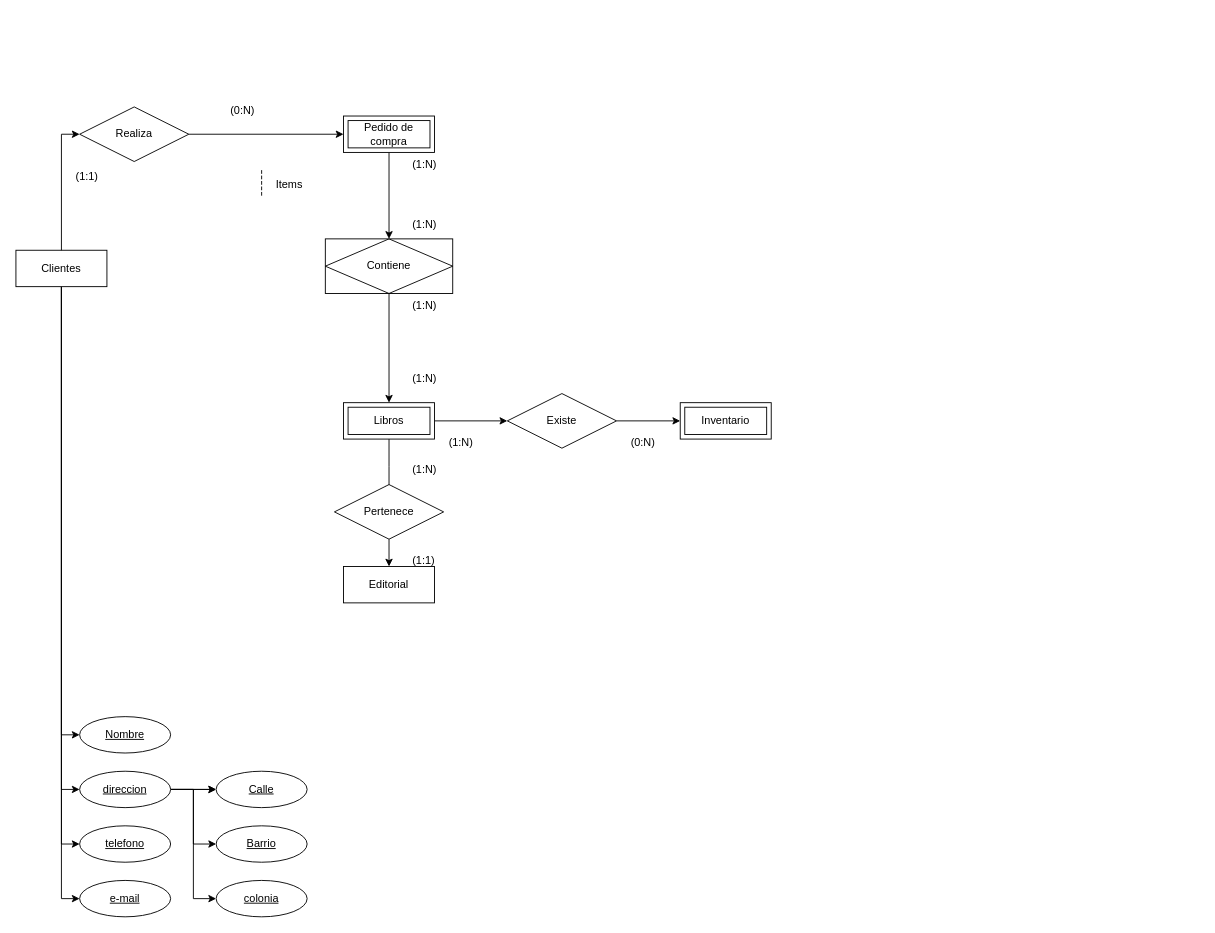
The draw.io diagram modelo.drawio in LuisEnriquePH/Modelado-base-de-datos, before the edit. Source tidied: cells renumbered, new cells numbered last; positions are measured from the earlier drawing's top-left corner, leaving out a move shared by most shapes. Both pictures are drawn from the tidied source at 91%, with x=0, y=0 at pixel (15, 97).
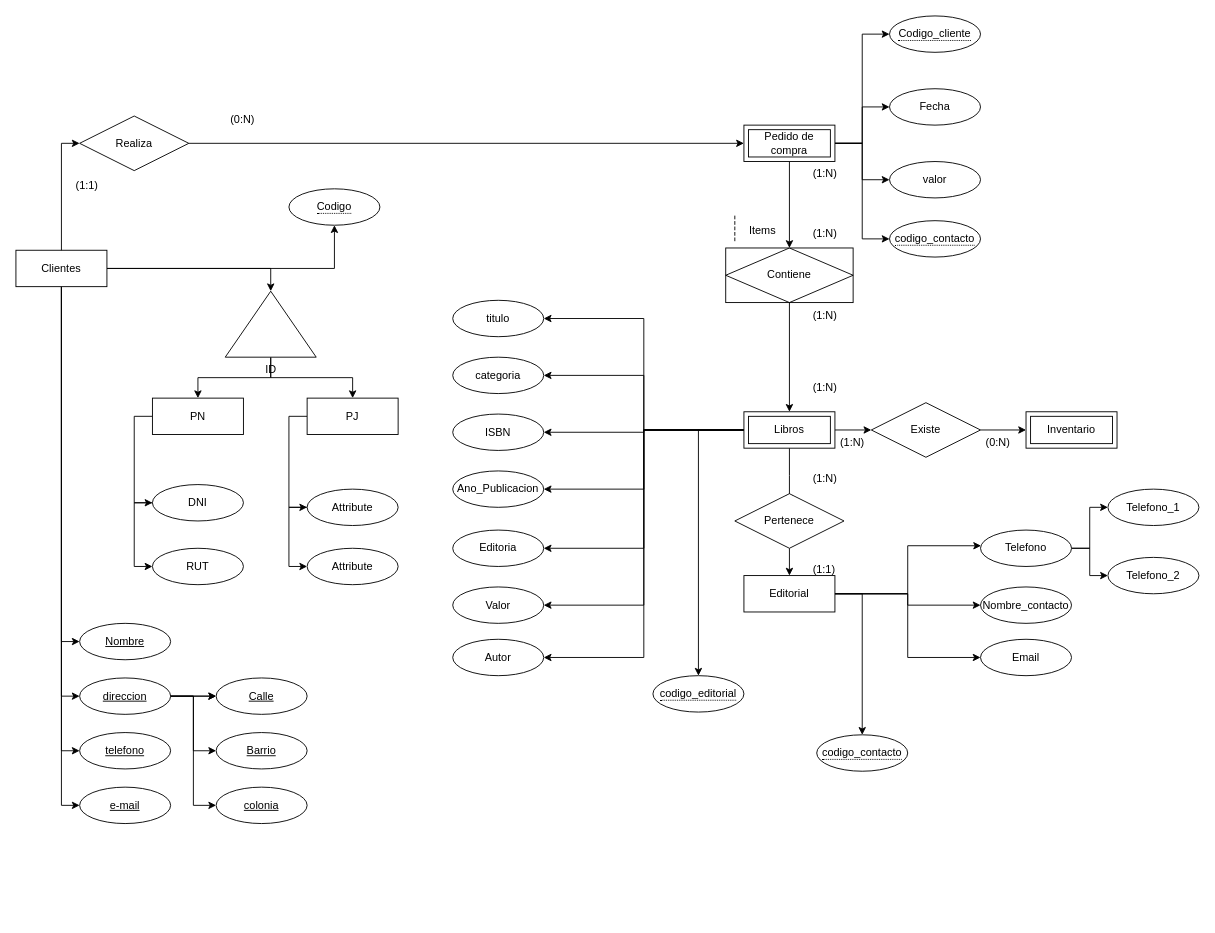
The same page after the edit.

The change refers to these unchanged cells:
```xml
<mxCell id="6" value="Clientes" style="whiteSpace=wrap;html=1;align=center;" parent="1" vertex="1">
  <mxGeometry y="167.5" width="100" height="40" as="geometry" />
</mxCell>
```

What changed in the source:
```diff
@@
+    <mxCell id="46" style="edgeStyle=orthogonalEdgeStyle;rounded=0;jettySize=auto;html=1;entryX=0;entryY=0;entryDx=50;entryDy=0;entryPerimeter=0;exitX=1;exitY=0.5;exitDx=0;exitDy=0;" parent="1" edge="1" source="6" target="65">
+      <mxGeometry relative="1" as="geometry" />
+    </mxCell>
+    <mxCell id="47" style="edgeStyle=orthogonalEdgeStyle;rounded=0;jettySize=auto;html=1;exitX=1;exitY=0.5;exitDx=0;exitDy=0;" parent="1" edge="1" source="6" target="94">
+      <mxGeometry relative="1" as="geometry" />
+    </mxCell>
@@
+    <mxCell id="48" style="edgeStyle=orthogonalEdgeStyle;rounded=0;jettySize=auto;html=1;exitX=1;exitY=0.5;exitDx=0;exitDy=0;entryX=0;entryY=0.5;entryDx=0;entryDy=0;" parent="1" edge="1" source="7" target="88">
+      <mxGeometry relative="1" as="geometry" />
+    </mxCell>
+    <mxCell id="49" style="edgeStyle=orthogonalEdgeStyle;rounded=0;jettySize=auto;html=1;exitX=1;exitY=0.5;exitDx=0;exitDy=0;entryX=0;entryY=0.5;entryDx=0;entryDy=0;" parent="1" edge="1" source="7" target="89">
+      <mxGeometry relative="1" as="geometry" />
+    </mxCell>
+    <mxCell id="50" style="edgeStyle=orthogonalEdgeStyle;rounded=0;jettySize=auto;html=1;exitX=1;exitY=0.5;exitDx=0;exitDy=0;entryX=0.5;entryY=0;entryDx=0;entryDy=0;" parent="1" edge="1" source="7" target="93">
+      <mxGeometry relative="1" as="geometry" />
+    </mxCell>
     <mxCell id="7" value="Editorial" style="whiteSpace=wrap;html=1;align=center;" parent="1" vertex="1">
-      <mxGeometry x="360" y="515" width="100" height="40" as="geometry" />
+      <mxGeometry x="800" y="525" width="100" height="40" as="geometry" />
     </mxCell>
     <mxCell id="8" value="Inventario" style="shape=ext;margin=3;double=1;whiteSpace=wrap;html=1;align=center;" parent="1" vertex="1">
-      <mxGeometry x="730" y="335" width="100" height="40" as="geometry" />
+      <mxGeometry x="1110" y="345" width="100" height="40" as="geometry" />
     </mxCell>
     <mxCell id="9" style="edgeStyle=orthogonalEdgeStyle;rounded=0;jettySize=auto;html=1;exitX=0.5;exitY=1;exitDx=0;exitDy=0;entryX=0.5;entryY=0;entryDx=0;entryDy=0;" parent="1" edge="1" source="11">
       <mxGeometry relative="1" as="geometry">
-        <mxPoint x="410" y="435" as="targetPoint" />
+        <mxPoint x="850" y="445" as="targetPoint" />
       </mxGeometry>
     </mxCell>
@@
+    <mxCell id="51" style="edgeStyle=orthogonalEdgeStyle;rounded=0;jettySize=auto;html=1;exitX=0;exitY=0.5;exitDx=0;exitDy=0;entryX=1;entryY=0.5;entryDx=0;entryDy=0;" parent="1" edge="1" source="11" target="78">
+      <mxGeometry relative="1" as="geometry" />
+    </mxCell>
+    <mxCell id="52" style="edgeStyle=orthogonalEdgeStyle;rounded=0;jettySize=auto;html=1;exitX=0;exitY=0.5;exitDx=0;exitDy=0;entryX=1;entryY=0.5;entryDx=0;entryDy=0;" parent="1" edge="1" source="11" target="79">
+      <mxGeometry relative="1" as="geometry" />
+    </mxCell>
+    <mxCell id="53" style="edgeStyle=orthogonalEdgeStyle;rounded=0;jettySize=auto;html=1;exitX=0;exitY=0.5;exitDx=0;exitDy=0;entryX=1;entryY=0.5;entryDx=0;entryDy=0;" parent="1" edge="1" source="11" target="80">
+      <mxGeometry relative="1" as="geometry" />
+    </mxCell>
+    <mxCell id="54" style="edgeStyle=orthogonalEdgeStyle;rounded=0;jettySize=auto;html=1;exitX=0;exitY=0.5;exitDx=0;exitDy=0;entryX=1;entryY=0.5;entryDx=0;entryDy=0;" parent="1" edge="1" source="11" target="81">
+      <mxGeometry relative="1" as="geometry" />
+    </mxCell>
+    <mxCell id="55" style="edgeStyle=orthogonalEdgeStyle;rounded=0;jettySize=auto;html=1;exitX=0;exitY=0.5;exitDx=0;exitDy=0;entryX=1;entryY=0.5;entryDx=0;entryDy=0;" parent="1" edge="1" source="11" target="82">
+      <mxGeometry relative="1" as="geometry" />
+    </mxCell>
+    <mxCell id="56" style="edgeStyle=orthogonalEdgeStyle;rounded=0;jettySize=auto;html=1;exitX=0;exitY=0.5;exitDx=0;exitDy=0;entryX=1;entryY=0.5;entryDx=0;entryDy=0;" parent="1" edge="1" source="11" target="83">
+      <mxGeometry relative="1" as="geometry" />
+    </mxCell>
+    <mxCell id="57" style="edgeStyle=orthogonalEdgeStyle;rounded=0;jettySize=auto;html=1;exitX=0;exitY=0.5;exitDx=0;exitDy=0;entryX=1;entryY=0.5;entryDx=0;entryDy=0;" parent="1" edge="1" source="11" target="84">
+      <mxGeometry relative="1" as="geometry" />
+    </mxCell>
+    <mxCell id="58" style="edgeStyle=orthogonalEdgeStyle;rounded=0;jettySize=auto;html=1;exitX=0;exitY=0.5;exitDx=0;exitDy=0;entryX=0.5;entryY=0;entryDx=0;entryDy=0;" parent="1" edge="1" source="11" target="96">
+      <mxGeometry relative="1" as="geometry" />
+    </mxCell>
     <mxCell id="11" value="Libros" style="shape=ext;margin=3;double=1;whiteSpace=wrap;html=1;align=center;" parent="1" vertex="1">
-      <mxGeometry x="360" y="335" width="100" height="40" as="geometry" />
+      <mxGeometry x="800" y="345" width="100" height="40" as="geometry" />
     </mxCell>
@@
+    <mxCell id="59" style="edgeStyle=orthogonalEdgeStyle;rounded=0;jettySize=auto;html=1;exitX=1;exitY=0.5;exitDx=0;exitDy=0;" parent="1" edge="1" source="13" target="76">
+      <mxGeometry relative="1" as="geometry" />
+    </mxCell>
+    <mxCell id="60" style="edgeStyle=orthogonalEdgeStyle;rounded=0;jettySize=auto;html=1;exitX=1;exitY=0.5;exitDx=0;exitDy=0;entryX=0;entryY=0.5;entryDx=0;entryDy=0;" parent="1" edge="1" source="13" target="77">
+      <mxGeometry relative="1" as="geometry" />
+    </mxCell>
+    <mxCell id="61" style="edgeStyle=orthogonalEdgeStyle;rounded=0;jettySize=auto;html=1;exitX=1;exitY=0.5;exitDx=0;exitDy=0;entryX=0;entryY=0.5;entryDx=0;entryDy=0;" parent="1" edge="1" source="13" target="95">
+      <mxGeometry relative="1" as="geometry" />
+    </mxCell>
+    <mxCell id="62" style="edgeStyle=orthogonalEdgeStyle;rounded=0;jettySize=auto;html=1;exitX=1;exitY=0.5;exitDx=0;exitDy=0;entryX=0;entryY=0.5;entryDx=0;entryDy=0;" parent="1" edge="1" source="13" target="97">
+      <mxGeometry relative="1" as="geometry" />
+    </mxCell>
     <mxCell id="13" value="Pedido de compra" style="shape=ext;margin=3;double=1;whiteSpace=wrap;html=1;align=center;" parent="1" vertex="1">
-      <mxGeometry x="360" y="20" width="100" height="40" as="geometry" />
+      <mxGeometry x="800" y="30" width="100" height="40" as="geometry" />
     </mxCell>
@@
     <mxCell id="15" value="Realiza" style="shape=rhombus;perimeter=rhombusPerimeter;whiteSpace=wrap;html=1;align=center;" parent="1" vertex="1">
-      <mxGeometry x="70" y="10" width="120" height="60" as="geometry" />
+      <mxGeometry x="70" y="20" width="120" height="60" as="geometry" />
     </mxCell>
@@
     <mxCell id="17" value="(1:1)" style="text;strokeColor=none;fillColor=none;spacingLeft=4;spacingRight=4;overflow=hidden;fontSize=12;whiteSpace=wrap;html=1;" parent="1" vertex="1">
-      <mxGeometry x="60" y="72.5" width="40" height="30" as="geometry" />
+      <mxGeometry x="60" y="82.5" width="40" height="30" as="geometry" />
     </mxCell>
     <mxCell id="18" value="(0:N)" style="text;strokeColor=none;fillColor=none;spacingLeft=4;spacingRight=4;overflow=hidden;fontSize=12;whiteSpace=wrap;html=1;" parent="1" vertex="1">
-      <mxGeometry x="230" width="40" height="30" as="geometry" />
+      <mxGeometry x="230" y="10" width="40" height="30" as="geometry" />
     </mxCell>
@@
     <mxCell id="20" value="(1:N)" style="text;strokeColor=none;fillColor=none;spacingLeft=4;spacingRight=4;overflow=hidden;fontSize=12;whiteSpace=wrap;html=1;" parent="1" vertex="1">
-      <mxGeometry x="430" y="60" width="40" height="30" as="geometry" />
+      <mxGeometry x="870" y="70" width="40" height="30" as="geometry" />
     </mxCell>
     <mxCell id="21" value="(1:N)" style="text;strokeColor=none;fillColor=none;spacingLeft=4;spacingRight=4;overflow=hidden;fontSize=12;whiteSpace=wrap;html=1;" parent="1" vertex="1">
-      <mxGeometry x="430" y="215" width="40" height="30" as="geometry" />
+      <mxGeometry x="870" y="225" width="40" height="30" as="geometry" />
     </mxCell>
@@
     <mxCell id="23" value="Pertenece" style="shape=rhombus;perimeter=rhombusPerimeter;whiteSpace=wrap;html=1;align=center;" parent="1" vertex="1">
-      <mxGeometry x="350" y="425" width="120" height="60" as="geometry" />
+      <mxGeometry x="790" y="435" width="120" height="60" as="geometry" />
     </mxCell>
     <mxCell id="24" value="(1:N)" style="text;strokeColor=none;fillColor=none;spacingLeft=4;spacingRight=4;overflow=hidden;fontSize=12;whiteSpace=wrap;html=1;" parent="1" vertex="1">
-      <mxGeometry x="430" y="395" width="40" height="30" as="geometry" />
+      <mxGeometry x="870" y="405" width="40" height="30" as="geometry" />
     </mxCell>
     <mxCell id="25" value="(1:1)" style="text;strokeColor=none;fillColor=none;spacingLeft=4;spacingRight=4;overflow=hidden;fontSize=12;whiteSpace=wrap;html=1;" parent="1" vertex="1">
-      <mxGeometry x="430" y="495" width="40" height="30" as="geometry" />
+      <mxGeometry x="870" y="505" width="40" height="30" as="geometry" />
     </mxCell>
@@
     <mxCell id="27" value="Existe" style="shape=rhombus;perimeter=rhombusPerimeter;whiteSpace=wrap;html=1;align=center;" parent="1" vertex="1">
-      <mxGeometry x="540" y="325" width="120" height="60" as="geometry" />
+      <mxGeometry x="940" y="335" width="120" height="60" as="geometry" />
     </mxCell>
     <mxCell id="28" value="(1:N)" style="text;strokeColor=none;fillColor=none;spacingLeft=4;spacingRight=4;overflow=hidden;fontSize=12;whiteSpace=wrap;html=1;" parent="1" vertex="1">
-      <mxGeometry x="470" y="365" width="40" height="30" as="geometry" />
+      <mxGeometry x="900" y="365" width="40" height="30" as="geometry" />
     </mxCell>
     <mxCell id="29" value="(0:N)" style="text;strokeColor=none;fillColor=none;spacingLeft=4;spacingRight=4;overflow=hidden;fontSize=12;whiteSpace=wrap;html=1;" parent="1" vertex="1">
-      <mxGeometry x="670" y="365" width="40" height="30" as="geometry" />
+      <mxGeometry x="1060" y="365" width="40" height="30" as="geometry" />
     </mxCell>
     <mxCell id="30" value="Contiene" style="shape=associativeEntity;whiteSpace=wrap;html=1;align=center;" parent="1" vertex="1">
-      <mxGeometry x="340" y="155" width="140" height="60" as="geometry" />
+      <mxGeometry x="780" y="165" width="140" height="60" as="geometry" />
     </mxCell>
     <mxCell id="31" value="Items" style="shape=partialRectangle;fillColor=none;align=left;verticalAlign=middle;strokeColor=none;spacingLeft=34;" parent="1" vertex="1">
-      <mxGeometry x="250" y="80" width="60" height="30" as="geometry" />
+      <mxGeometry x="770" y="130" width="60" height="30" as="geometry" />
     </mxCell>
@@
     <mxCell id="33" value="(1:N)" style="text;strokeColor=none;fillColor=none;spacingLeft=4;spacingRight=4;overflow=hidden;fontSize=12;whiteSpace=wrap;html=1;" parent="1" vertex="1">
-      <mxGeometry x="430" y="125" width="40" height="30" as="geometry" />
+      <mxGeometry x="870" y="135" width="40" height="30" as="geometry" />
     </mxCell>
     <mxCell id="34" value="(1:N)" style="text;strokeColor=none;fillColor=none;spacingLeft=4;spacingRight=4;overflow=hidden;fontSize=12;whiteSpace=wrap;html=1;" parent="1" vertex="1">
-      <mxGeometry x="430" y="295" width="40" height="30" as="geometry" />
+      <mxGeometry x="870" y="305" width="40" height="30" as="geometry" />
     </mxCell>
     <mxCell id="35" value="Nombre" style="ellipse;whiteSpace=wrap;html=1;align=center;fontStyle=4;" parent="1" vertex="1">
-      <mxGeometry x="70" y="680" width="100" height="40" as="geometry" />
+      <mxGeometry x="70" y="577.5" width="100" height="40" as="geometry" />
     </mxCell>
@@
     <mxCell id="40" value="direccion" style="ellipse;whiteSpace=wrap;html=1;align=center;fontStyle=4;" parent="1" vertex="1">
-      <mxGeometry x="70" y="740" width="100" height="40" as="geometry" />
+      <mxGeometry x="70" y="637.5" width="100" height="40" as="geometry" />
     </mxCell>
     <mxCell id="41" value="telefono" style="ellipse;whiteSpace=wrap;html=1;align=center;fontStyle=4;" parent="1" vertex="1">
-      <mxGeometry x="70" y="800" width="100" height="40" as="geometry" />
+      <mxGeometry x="70" y="697.5" width="100" height="40" as="geometry" />
     </mxCell>
     <mxCell id="42" value="e-mail" style="ellipse;whiteSpace=wrap;html=1;align=center;fontStyle=4;" parent="1" vertex="1">
-      <mxGeometry x="70" y="860" width="100" height="40" as="geometry" />
+      <mxGeometry x="70" y="757.5" width="100" height="40" as="geometry" />
     </mxCell>
     <mxCell id="43" value="Calle" style="ellipse;whiteSpace=wrap;html=1;align=center;fontStyle=4;" parent="1" vertex="1">
-      <mxGeometry x="220" y="740" width="100" height="40" as="geometry" />
+      <mxGeometry x="220" y="637.5" width="100" height="40" as="geometry" />
     </mxCell>
     <mxCell id="44" value="Barrio" style="ellipse;whiteSpace=wrap;html=1;align=center;fontStyle=4;" parent="1" vertex="1">
-      <mxGeometry x="220" y="800" width="100" height="40" as="geometry" />
+      <mxGeometry x="220" y="697.5" width="100" height="40" as="geometry" />
     </mxCell>
     <mxCell id="45" value="colonia" style="ellipse;whiteSpace=wrap;html=1;align=center;fontStyle=4;" parent="1" vertex="1">
-      <mxGeometry x="220" y="860" width="100" height="40" as="geometry" />
+      <mxGeometry x="220" y="757.5" width="100" height="40" as="geometry" />
     </mxCell>
+    <mxCell id="63" style="edgeStyle=orthogonalEdgeStyle;rounded=0;jettySize=auto;html=1;entryX=0.5;entryY=0;entryDx=0;entryDy=0;" parent="1" edge="1" source="65" target="69">
+      <mxGeometry relative="1" as="geometry" />
+    </mxCell>
+    <mxCell id="64" style="edgeStyle=orthogonalEdgeStyle;rounded=0;jettySize=auto;html=1;" parent="1" edge="1" source="65" target="67">
+      <mxGeometry relative="1" as="geometry" />
+    </mxCell>
+    <mxCell id="65" value="ID" style="verticalLabelPosition=bottom;verticalAlign=top;html=1;shape=mxgraph.basic.acute_triangle;dx=0.5;" parent="1" vertex="1">
+      <mxGeometry x="230" y="212.5" width="100" height="72.5" as="geometry" />
+    </mxCell>
+    <mxCell id="66" style="edgeStyle=orthogonalEdgeStyle;rounded=0;jettySize=auto;html=1;exitX=0;exitY=0.5;exitDx=0;exitDy=0;entryX=0;entryY=0.5;entryDx=0;entryDy=0;" parent="1" edge="1" source="67" target="71">
+      <mxGeometry relative="1" as="geometry" />
+    </mxCell>
+    <mxCell id="67" value="PN" style="whiteSpace=wrap;html=1;align=center;" parent="1" vertex="1">
+      <mxGeometry x="150" y="330" width="100" height="40" as="geometry" />
+    </mxCell>
+    <mxCell id="68" style="edgeStyle=orthogonalEdgeStyle;rounded=0;jettySize=auto;html=1;exitX=0;exitY=0.5;exitDx=0;exitDy=0;entryX=0;entryY=0.5;entryDx=0;entryDy=0;" parent="1" edge="1" source="69" target="74">
+      <mxGeometry relative="1" as="geometry" />
+    </mxCell>
+    <mxCell id="69" value="PJ" style="whiteSpace=wrap;html=1;align=center;" parent="1" vertex="1">
+      <mxGeometry x="320" y="330" width="100" height="40" as="geometry" />
+    </mxCell>
+    <mxCell id="70" style="edgeStyle=orthogonalEdgeStyle;rounded=0;jettySize=auto;html=1;exitX=0;exitY=0.5;exitDx=0;exitDy=0;entryX=0;entryY=0.5;entryDx=0;entryDy=0;" parent="1" edge="1" source="71" target="72">
+      <mxGeometry relative="1" as="geometry" />
+    </mxCell>
+    <mxCell id="71" value="DNI" style="ellipse;whiteSpace=wrap;html=1;align=center;" parent="1" vertex="1">
+      <mxGeometry x="150" y="425" width="100" height="40" as="geometry" />
+    </mxCell>
+    <mxCell id="72" value="RUT" style="ellipse;whiteSpace=wrap;html=1;align=center;" parent="1" vertex="1">
+      <mxGeometry x="150" y="495" width="100" height="40" as="geometry" />
+    </mxCell>
+    <mxCell id="73" style="edgeStyle=orthogonalEdgeStyle;rounded=0;jettySize=auto;html=1;exitX=0;exitY=0.5;exitDx=0;exitDy=0;entryX=0;entryY=0.5;entryDx=0;entryDy=0;" parent="1" edge="1" source="74" target="75">
+      <mxGeometry relative="1" as="geometry" />
+    </mxCell>
+    <mxCell id="74" value="Attribute" style="ellipse;whiteSpace=wrap;html=1;align=center;" parent="1" vertex="1">
+      <mxGeometry x="320" y="430" width="100" height="40" as="geometry" />
+    </mxCell>
+    <mxCell id="75" value="Attribute" style="ellipse;whiteSpace=wrap;html=1;align=center;" parent="1" vertex="1">
+      <mxGeometry x="320" y="495" width="100" height="40" as="geometry" />
+    </mxCell>
+    <mxCell id="76" value="Fecha" style="ellipse;whiteSpace=wrap;html=1;align=center;" parent="1" vertex="1">
+      <mxGeometry x="960" y="-10" width="100" height="40" as="geometry" />
+    </mxCell>
+    <mxCell id="77" value="valor" style="ellipse;whiteSpace=wrap;html=1;align=center;" parent="1" vertex="1">
+      <mxGeometry x="960" y="70" width="100" height="40" as="geometry" />
+    </mxCell>
+    <mxCell id="78" value="titulo" style="ellipse;whiteSpace=wrap;html=1;align=center;" parent="1" vertex="1">
+      <mxGeometry x="480" y="222.5" width="100" height="40" as="geometry" />
+    </mxCell>
+    <mxCell id="79" value="categoria" style="ellipse;whiteSpace=wrap;html=1;align=center;" parent="1" vertex="1">
+      <mxGeometry x="480" y="285" width="100" height="40" as="geometry" />
+    </mxCell>
+    <mxCell id="80" value="ISBN" style="ellipse;whiteSpace=wrap;html=1;align=center;" parent="1" vertex="1">
+      <mxGeometry x="480" y="347.5" width="100" height="40" as="geometry" />
+    </mxCell>
+    <mxCell id="81" value="Ano_Publicacion" style="ellipse;whiteSpace=wrap;html=1;align=center;" parent="1" vertex="1">
+      <mxGeometry x="480" y="410" width="100" height="40" as="geometry" />
+    </mxCell>
+    <mxCell id="82" value="Editoria" style="ellipse;whiteSpace=wrap;html=1;align=center;" parent="1" vertex="1">
+      <mxGeometry x="480" y="475" width="100" height="40" as="geometry" />
+    </mxCell>
+    <mxCell id="83" value="Valor" style="ellipse;whiteSpace=wrap;html=1;align=center;" parent="1" vertex="1">
+      <mxGeometry x="480" y="537.5" width="100" height="40" as="geometry" />
+    </mxCell>
+    <mxCell id="84" value="Autor" style="ellipse;whiteSpace=wrap;html=1;align=center;" parent="1" vertex="1">
+      <mxGeometry x="480" y="595" width="100" height="40" as="geometry" />
+    </mxCell>
+    <mxCell id="85" style="edgeStyle=orthogonalEdgeStyle;rounded=0;jettySize=auto;html=1;exitX=1;exitY=0.5;exitDx=0;exitDy=0;entryX=0;entryY=0.5;entryDx=0;entryDy=0;" parent="1" edge="1" source="87" target="91">
+      <mxGeometry relative="1" as="geometry" />
+    </mxCell>
+    <mxCell id="86" style="edgeStyle=orthogonalEdgeStyle;rounded=0;jettySize=auto;html=1;exitX=1;exitY=0.5;exitDx=0;exitDy=0;entryX=0;entryY=0.5;entryDx=0;entryDy=0;" parent="1" edge="1" source="87" target="90">
+      <mxGeometry relative="1" as="geometry" />
+    </mxCell>
+    <mxCell id="87" value="Telefono" style="ellipse;whiteSpace=wrap;html=1;align=center;" parent="1" vertex="1">
+      <mxGeometry x="1060" y="475" width="100" height="40" as="geometry" />
+    </mxCell>
+    <mxCell id="88" value="Nombre_contacto" style="ellipse;whiteSpace=wrap;html=1;align=center;" parent="1" vertex="1">
+      <mxGeometry x="1060" y="537.5" width="100" height="40" as="geometry" />
+    </mxCell>
+    <mxCell id="89" value="Email" style="ellipse;whiteSpace=wrap;html=1;align=center;" parent="1" vertex="1">
+      <mxGeometry x="1060" y="595" width="100" height="40" as="geometry" />
+    </mxCell>
+    <mxCell id="90" value="Telefono_1" style="ellipse;whiteSpace=wrap;html=1;align=center;" parent="1" vertex="1">
+      <mxGeometry x="1200" y="430" width="100" height="40" as="geometry" />
+    </mxCell>
+    <mxCell id="91" value="Telefono_2" style="ellipse;whiteSpace=wrap;html=1;align=center;" parent="1" vertex="1">
+      <mxGeometry x="1200" y="505" width="100" height="40" as="geometry" />
+    </mxCell>
+    <mxCell id="92" style="edgeStyle=orthogonalEdgeStyle;rounded=0;jettySize=auto;html=1;exitX=1;exitY=0.5;exitDx=0;exitDy=0;entryX=0.006;entryY=0.431;entryDx=0;entryDy=0;entryPerimeter=0;" parent="1" edge="1" source="7" target="87">
+      <mxGeometry relative="1" as="geometry" />
+    </mxCell>
+    <mxCell id="93" value="&lt;span style=&quot;border-bottom: 1px dotted&quot;&gt;codigo_contacto&lt;/span&gt;" style="ellipse;whiteSpace=wrap;html=1;align=center;" parent="1" vertex="1">
+      <mxGeometry x="880" y="700" width="100" height="40" as="geometry" />
+    </mxCell>
+    <mxCell id="94" value="&lt;span style=&quot;border-bottom: 1px dotted&quot;&gt;Codigo&lt;/span&gt;" style="ellipse;whiteSpace=wrap;html=1;align=center;" parent="1" vertex="1">
+      <mxGeometry x="300" y="100" width="100" height="40" as="geometry" />
+    </mxCell>
+    <mxCell id="95" value="&lt;span style=&quot;border-bottom: 1px dotted&quot;&gt;Codigo_cliente&lt;/span&gt;" style="ellipse;whiteSpace=wrap;html=1;align=center;" parent="1" vertex="1">
+      <mxGeometry x="960" y="-90" width="100" height="40" as="geometry" />
+    </mxCell>
+    <mxCell id="96" value="&lt;span style=&quot;border-bottom: 1px dotted&quot;&gt;codigo_editorial&lt;/span&gt;" style="ellipse;whiteSpace=wrap;html=1;align=center;" parent="1" vertex="1">
+      <mxGeometry x="700" y="635" width="100" height="40" as="geometry" />
+    </mxCell>
+    <mxCell id="97" value="&lt;span style=&quot;border-bottom: 1px dotted&quot;&gt;codigo_contacto&lt;/span&gt;" style="ellipse;whiteSpace=wrap;html=1;align=center;" parent="1" vertex="1">
+      <mxGeometry x="960" y="135" width="100" height="40" as="geometry" />
+    </mxCell>
```
